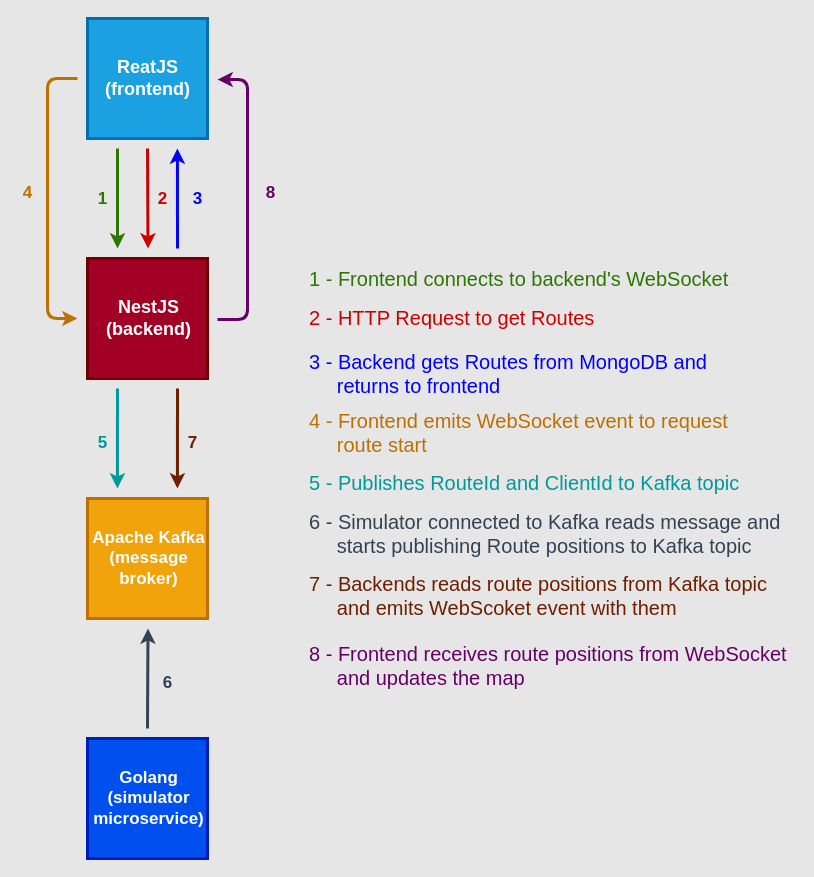
The draw.io diagram docs/arch_flow.drawio in luizaugustoventura/imersao-fc-code-delivery, before the edit. Source tidied: cells renumbered, new cells numbered last; positions are measured from the earlier drawing's top-left corner, leaving out a move shared by most shapes. Both pictures are drawn from the tidied source at 100%, with x=0, y=0 at pixel (17, 18).
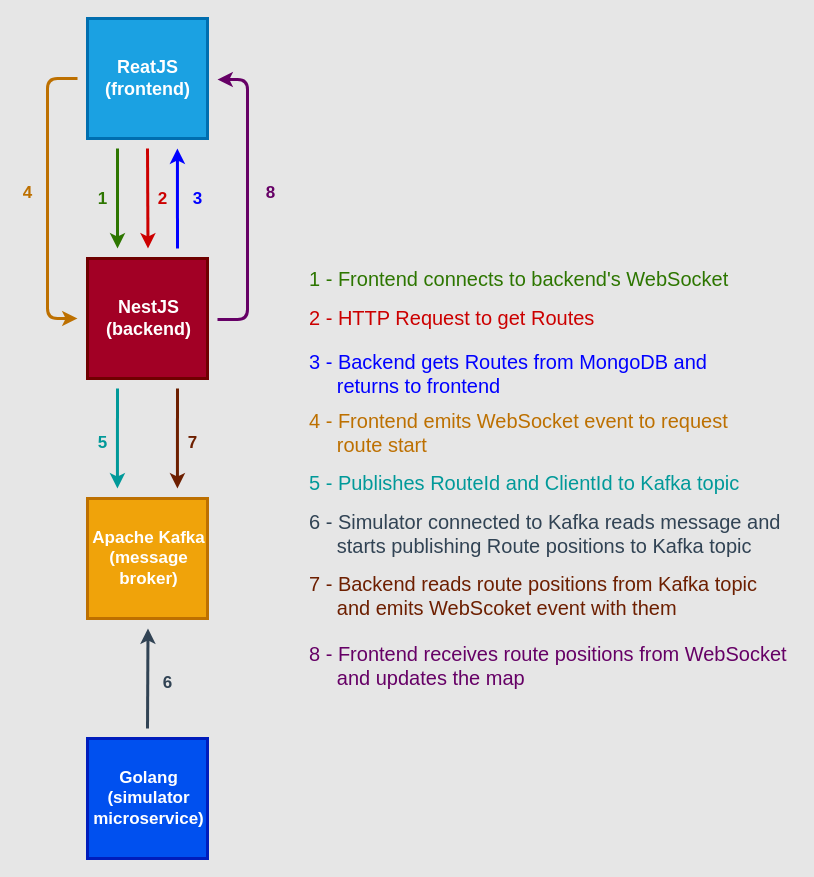
After the change.

Commit message:
Corrigindo texto no esboço do fluxo arquitetural

Diff of the diagram source:
```diff
@@
-    <mxCell id="32" value="&lt;font color=&quot;#6d1f00&quot; style=&quot;font-size: 20px;&quot;&gt;7 - Backends reads route positions from Kafka topic&lt;br style=&quot;font-size: 20px;&quot;&gt;&amp;nbsp; &amp;nbsp; &amp;nbsp;and emits WebScoket event with them&lt;/font&gt;" style="text;html=1;align=left;verticalAlign=middle;fillColor=none;strokeColor=none;rounded=0;fontSize=20;fontColor=#660066;" parent="1" vertex="1">
-      <mxGeometry x="290" y="552" width="470" height="50" as="geometry" />
+    <mxCell id="32" value="&lt;font color=&quot;#6d1f00&quot; style=&quot;font-size: 20px&quot;&gt;7 - Backend reads route positions from Kafka topic&lt;br style=&quot;font-size: 20px&quot;&gt;&amp;nbsp; &amp;nbsp; &amp;nbsp;and emits WebScoket event with them&lt;/font&gt;" style="text;html=1;align=left;verticalAlign=middle;fillColor=none;strokeColor=none;rounded=0;fontSize=20;fontColor=#660066;" parent="1" vertex="1">
+      <mxGeometry x="290" y="551" width="458" height="52" as="geometry" />
     </mxCell>
```
